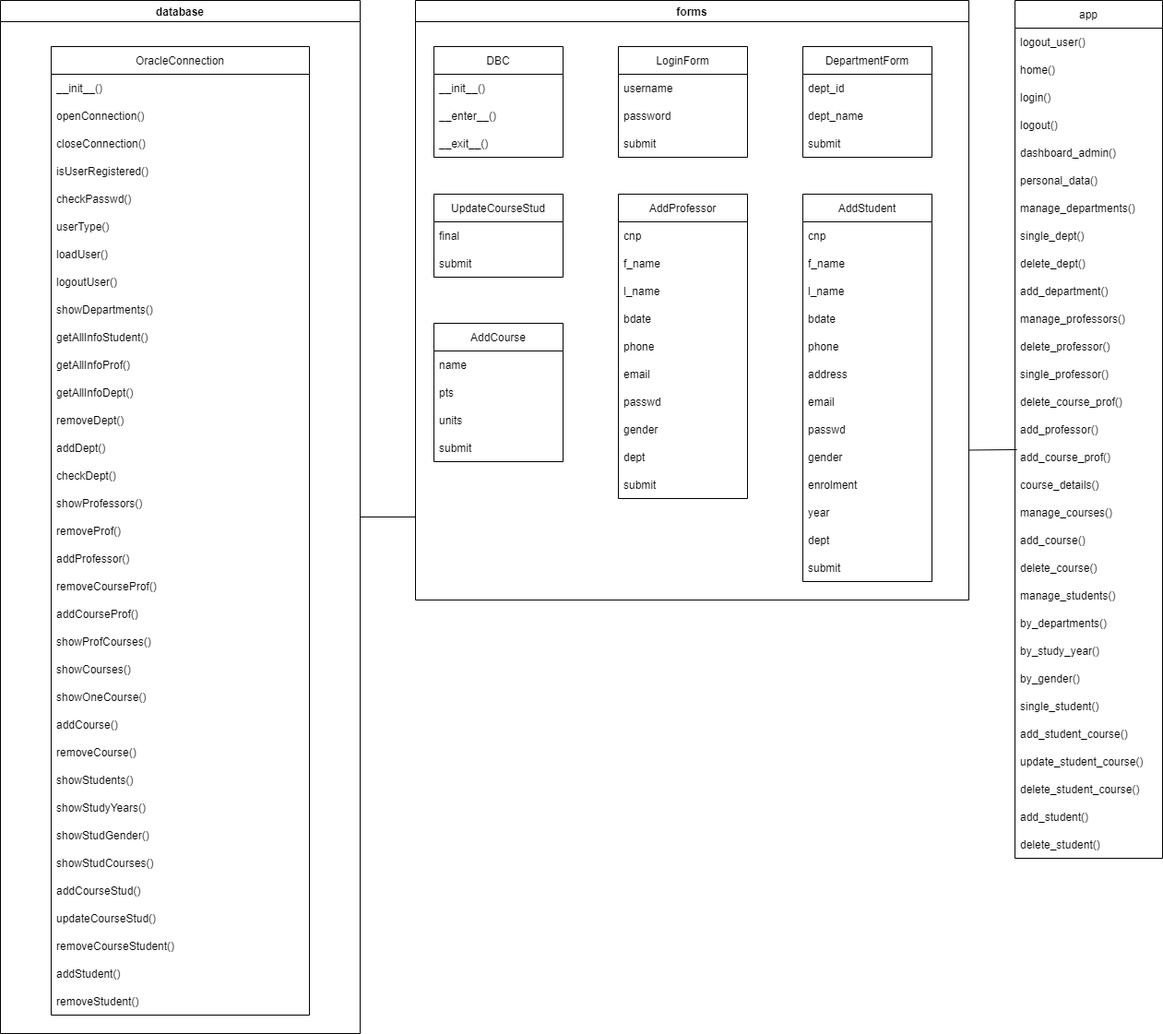
The draw.io diagram details/cl.png in AlinaCalmis/Student-Mangement-System, before a commit. Source tidied: cells renumbered, new cells last; positions are measured from the earlier drawing's top-left corner, leaving out a move shared by most shapes.
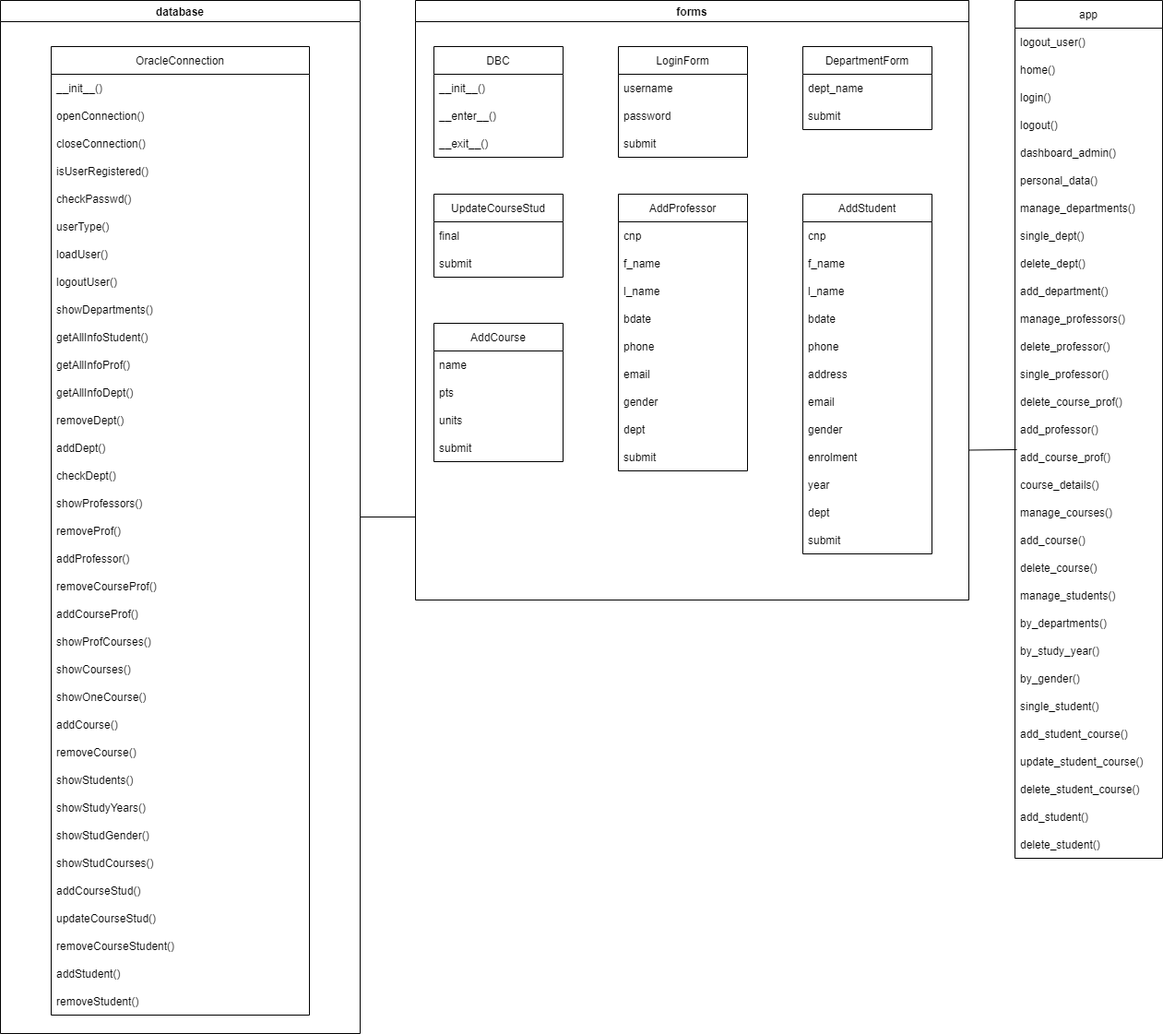
After the change.

Diff of the diagram source:
```diff
@@ -138,16 +138,13 @@
       <mxGeometry y="90" width="140" height="30" as="geometry" />
     </mxCell>
     <mxCell id="47" value="DepartmentForm" style="swimlane;fontStyle=0;horizontal=1;startSize=30;" parent="38" vertex="1">
-      <mxGeometry x="420" y="50" width="140" height="120" as="geometry" />
+      <mxGeometry x="420" y="50" width="140" height="90" as="geometry" />
     </mxCell>
-    <mxCell id="48" value="dept_id" style="text;strokeColor=none;fillColor=none;align=left;verticalAlign=middle;spacingLeft=4;spacingRight=4;overflow=hidden;" parent="47" vertex="1">
-      <mxGeometry y="30" width="140" height="30" as="geometry" />
-    </mxCell>
     <mxCell id="49" value="dept_name" style="text;strokeColor=none;fillColor=none;align=left;verticalAlign=middle;spacingLeft=4;spacingRight=4;overflow=hidden;" parent="47" vertex="1">
-      <mxGeometry y="60" width="140" height="30" as="geometry" />
+      <mxGeometry y="30" width="140" height="30" as="geometry" />
     </mxCell>
     <mxCell id="50" value="submit" style="text;strokeColor=none;fillColor=none;align=left;verticalAlign=middle;spacingLeft=4;spacingRight=4;overflow=hidden;" parent="47" vertex="1">
-      <mxGeometry y="90" width="140" height="30" as="geometry" />
+      <mxGeometry y="60" width="140" height="30" as="geometry" />
     </mxCell>
     <mxCell id="51" value="UpdateCourseStud" style="swimlane;fontStyle=0;horizontal=1;startSize=30;" parent="38" vertex="1">
       <mxGeometry x="20" y="210" width="140" height="90" as="geometry" />
@@ -159,7 +156,7 @@
       <mxGeometry y="60" width="140" height="30" as="geometry" />
     </mxCell>
     <mxCell id="54" value="AddProfessor" style="swimlane;fontStyle=0;horizontal=1;startSize=30;" parent="38" vertex="1">
-      <mxGeometry x="220" y="210" width="140" height="330" as="geometry" />
+      <mxGeometry x="220" y="210" width="140" height="300" as="geometry" />
     </mxCell>
     <mxCell id="55" value="cnp" style="text;strokeColor=none;fillColor=none;align=left;verticalAlign=middle;spacingLeft=4;spacingRight=4;overflow=hidden;" parent="54" vertex="1">
       <mxGeometry y="30" width="140" height="30" as="geometry" />
@@ -179,20 +176,17 @@
     <mxCell id="60" value="email" style="text;strokeColor=none;fillColor=none;align=left;verticalAlign=middle;spacingLeft=4;spacingRight=4;overflow=hidden;" parent="54" vertex="1">
       <mxGeometry y="180" width="140" height="30" as="geometry" />
     </mxCell>
-    <mxCell id="61" value="passwd" style="text;strokeColor=none;fillColor=none;align=left;verticalAlign=middle;spacingLeft=4;spacingRight=4;overflow=hidden;" parent="54" vertex="1">
-      <mxGeometry y="210" width="140" height="30" as="geometry" />
-    </mxCell>
     <mxCell id="62" value="gender" style="text;strokeColor=none;fillColor=none;align=left;verticalAlign=middle;spacingLeft=4;spacingRight=4;overflow=hidden;" parent="54" vertex="1">
-      <mxGeometry y="240" width="140" height="30" as="geometry" />
+      <mxGeometry y="210" width="140" height="30" as="geometry" />
     </mxCell>
     <mxCell id="63" value="dept" style="text;strokeColor=none;fillColor=none;align=left;verticalAlign=middle;spacingLeft=4;spacingRight=4;overflow=hidden;" parent="54" vertex="1">
-      <mxGeometry y="270" width="140" height="30" as="geometry" />
+      <mxGeometry y="240" width="140" height="30" as="geometry" />
     </mxCell>
     <mxCell id="64" value="submit" style="text;strokeColor=none;fillColor=none;align=left;verticalAlign=middle;spacingLeft=4;spacingRight=4;overflow=hidden;" parent="54" vertex="1">
-      <mxGeometry y="300" width="140" height="30" as="geometry" />
+      <mxGeometry y="270" width="140" height="30" as="geometry" />
     </mxCell>
     <mxCell id="65" value="AddStudent" style="swimlane;fontStyle=0;horizontal=1;startSize=30;" parent="38" vertex="1">
-      <mxGeometry x="420" y="210" width="140" height="420" as="geometry" />
+      <mxGeometry x="420" y="210" width="140" height="390" as="geometry" />
     </mxCell>
     <mxCell id="66" value="cnp" style="text;strokeColor=none;fillColor=none;align=left;verticalAlign=middle;spacingLeft=4;spacingRight=4;overflow=hidden;" parent="65" vertex="1">
       <mxGeometry y="30" width="140" height="30" as="geometry" />
@@ -215,23 +209,20 @@
     <mxCell id="72" value="email" style="text;strokeColor=none;fillColor=none;align=left;verticalAlign=middle;spacingLeft=4;spacingRight=4;overflow=hidden;" parent="65" vertex="1">
       <mxGeometry y="210" width="140" height="30" as="geometry" />
     </mxCell>
-    <mxCell id="73" value="passwd" style="text;strokeColor=none;fillColor=none;align=left;verticalAlign=middle;spacingLeft=4;spacingRight=4;overflow=hidden;" parent="65" vertex="1">
-      <mxGeometry y="240" width="140" height="30" as="geometry" />
-    </mxCell>
     <mxCell id="74" value="gender" style="text;strokeColor=none;fillColor=none;align=left;verticalAlign=middle;spacingLeft=4;spacingRight=4;overflow=hidden;" parent="65" vertex="1">
-      <mxGeometry y="270" width="140" height="30" as="geometry" />
+      <mxGeometry y="240" width="140" height="30" as="geometry" />
     </mxCell>
     <mxCell id="75" value="enrolment" style="text;strokeColor=none;fillColor=none;align=left;verticalAlign=middle;spacingLeft=4;spacingRight=4;overflow=hidden;" parent="65" vertex="1">
-      <mxGeometry y="300" width="140" height="30" as="geometry" />
+      <mxGeometry y="270" width="140" height="30" as="geometry" />
     </mxCell>
     <mxCell id="76" value="year" style="text;strokeColor=none;fillColor=none;align=left;verticalAlign=middle;spacingLeft=4;spacingRight=4;overflow=hidden;" parent="65" vertex="1">
-      <mxGeometry y="330" width="140" height="30" as="geometry" />
+      <mxGeometry y="300" width="140" height="30" as="geometry" />
     </mxCell>
     <mxCell id="77" value="dept" style="text;strokeColor=none;fillColor=none;align=left;verticalAlign=middle;spacingLeft=4;spacingRight=4;overflow=hidden;" parent="65" vertex="1">
-      <mxGeometry y="360" width="140" height="30" as="geometry" />
+      <mxGeometry y="330" width="140" height="30" as="geometry" />
     </mxCell>
     <mxCell id="78" value="submit" style="text;strokeColor=none;fillColor=none;align=left;verticalAlign=middle;spacingLeft=4;spacingRight=4;overflow=hidden;" parent="65" vertex="1">
-      <mxGeometry y="390" width="140" height="30" as="geometry" />
+      <mxGeometry y="360" width="140" height="30" as="geometry" />
     </mxCell>
     <mxCell id="79" value="AddCourse" style="swimlane;fontStyle=0;horizontal=1;startSize=30;" parent="1" vertex="1">
       <mxGeometry x="470" y="350" width="140" height="150" as="geometry" />
```
